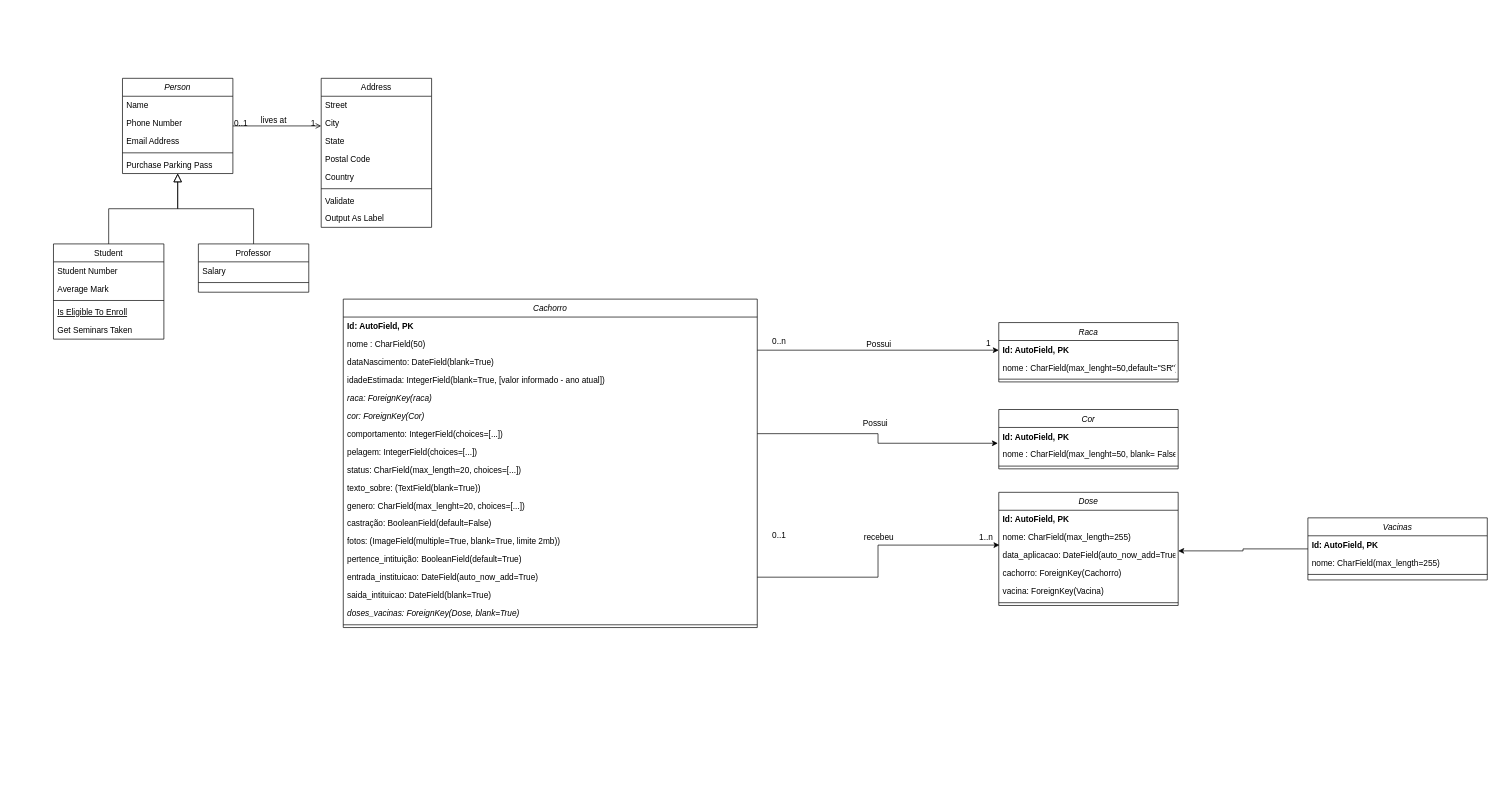
emanuelrzolet/Web-App-AAMA keeps this draw.io diagram as Diagrama de Classes - AAMA.drawio. Above is the earlier version. Source tidied: cells renumbered, new cells numbered last; positions are measured from the earlier drawing's top-left corner, leaving out a move shared by most shapes. Both pictures are drawn from the tidied source at 69%, with x=0, y=0 at pixel (53, 78).
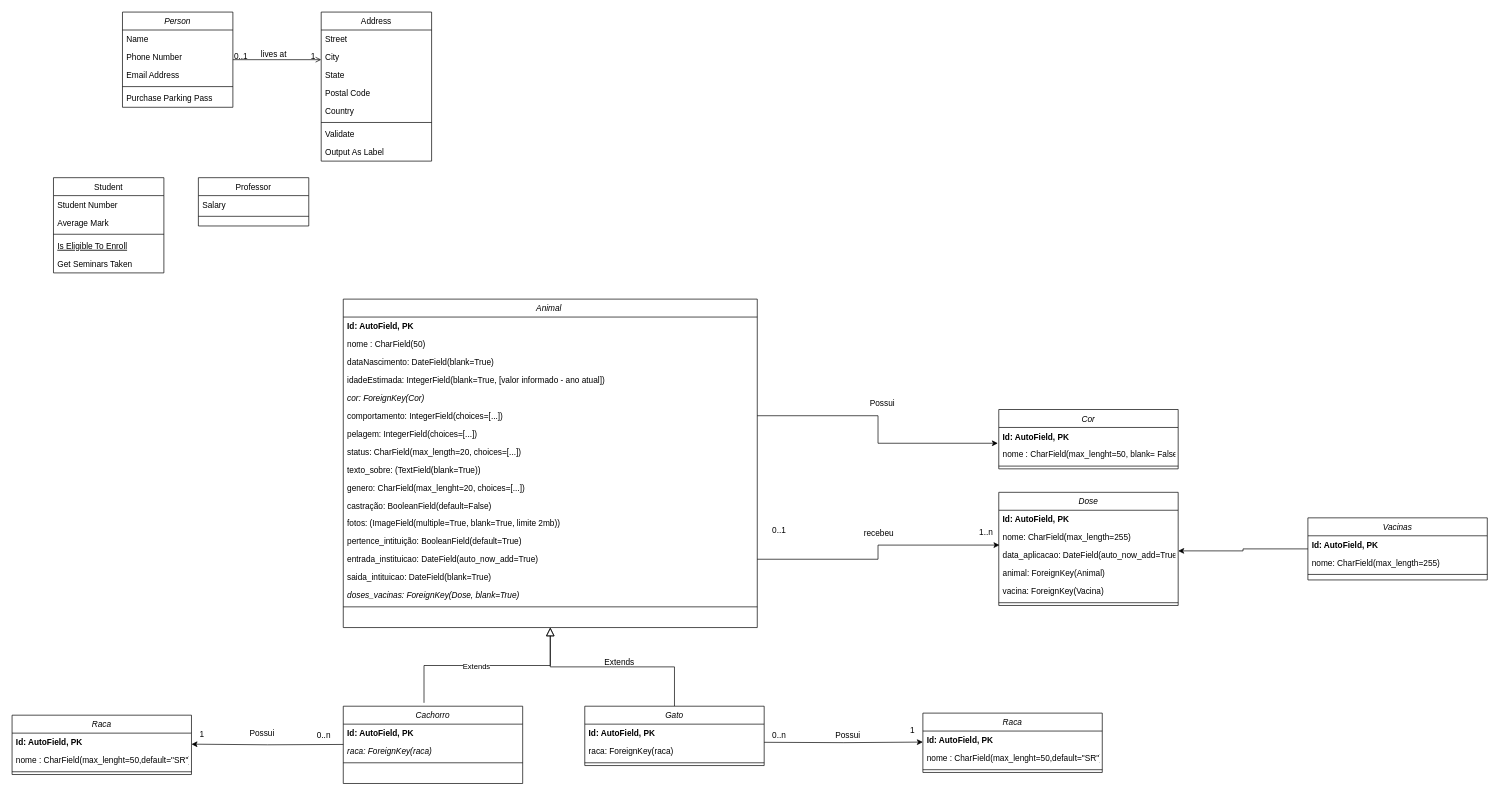
Above is the later version.

Commit message:
Adicionado conceitos de POO, generalizando a classe Animal

The change refers to these unchanged cells:
```xml
<mxCell id="28" style="endArrow=open;shadow=0;strokeWidth=1;rounded=0;curved=0;endFill=1;edgeStyle=elbowEdgeStyle;elbow=vertical;" parent="1" edge="1" source="2" target="19">
  <mxGeometry x="0.5" y="41" relative="1" as="geometry">
    <mxPoint x="-40" y="32" as="offset" />
  </mxGeometry>
</mxCell>
<mxCell id="62" value="Dose" style="swimlane;fontStyle=2;align=center;verticalAlign=top;horizontal=1;startSize=26;rounded=0;shadow=0;strokeWidth=1;" parent="1" vertex="1">
  <mxGeometry x="1370" y="600" width="260" height="164" as="geometry" />
</mxCell>
```

Change to the diagram source:
```diff
@@
+    <mxCell id="18" style="endArrow=block;endSize=10;endFill=0;shadow=0;strokeWidth=1;rounded=0;curved=0;edgeStyle=elbowEdgeStyle;elbow=vertical;exitX=0.5;exitY=0;exitDx=0;exitDy=0;" parent="1" edge="1" source="91">
+      <mxGeometry relative="1" as="geometry">
+        <mxPoint x="720" y="796" as="targetPoint" />
+      </mxGeometry>
+    </mxCell>
     <mxCell id="2" value="Person" style="swimlane;fontStyle=2;align=center;verticalAlign=top;horizontal=1;startSize=26;rounded=0;shadow=0;strokeWidth=1;" parent="1" vertex="1">
-      <mxGeometry x="100" width="160" height="138" as="geometry" />
+      <mxGeometry x="100" y="-96" width="160" height="138" as="geometry" />
     </mxCell>
@@
     <mxCell id="8" value="Student" style="swimlane;fontStyle=0;align=center;verticalAlign=top;horizontal=1;startSize=26;rounded=0;shadow=0;strokeWidth=1;" parent="1" vertex="1">
-      <mxGeometry y="240" width="160" height="138" as="geometry" />
+      <mxGeometry y="144" width="160" height="138" as="geometry" />
     </mxCell>
@@
-    <mxCell id="14" style="endArrow=block;endSize=10;endFill=0;shadow=0;strokeWidth=1;rounded=0;curved=0;edgeStyle=elbowEdgeStyle;elbow=vertical;" parent="1" edge="1" source="8" target="2">
-      <mxGeometry relative="1" as="geometry" />
+    <mxCell id="14" style="endArrow=block;endSize=10;endFill=0;shadow=0;strokeWidth=1;rounded=0;curved=0;edgeStyle=elbowEdgeStyle;elbow=vertical;exitX=0.45;exitY=-0.044;exitDx=0;exitDy=0;exitPerimeter=0;" parent="1" edge="1" source="88">
+      <mxGeometry relative="1" as="geometry">
+        <mxPoint x="720" y="796" as="targetPoint" />
+      </mxGeometry>
     </mxCell>
+    <mxCell id="81" value="Extends" style="edgeLabel;html=1;align=center;verticalAlign=middle;" parent="14" vertex="1">
+      <mxGeometry x="-0.11" relative="1" as="geometry" />
+    </mxCell>
     <mxCell id="15" value="Professor" style="swimlane;fontStyle=0;align=center;verticalAlign=top;horizontal=1;startSize=26;rounded=0;shadow=0;strokeWidth=1;" parent="1" vertex="1">
-      <mxGeometry x="210" y="240" width="160" height="70" as="geometry" />
+      <mxGeometry x="210" y="144" width="160" height="70" as="geometry" />
     </mxCell>
@@
-    <mxCell id="18" style="endArrow=block;endSize=10;endFill=0;shadow=0;strokeWidth=1;rounded=0;curved=0;edgeStyle=elbowEdgeStyle;elbow=vertical;" parent="1" edge="1" source="15" target="2">
-      <mxGeometry relative="1" as="geometry" />
-    </mxCell>
     <mxCell id="19" value="Address" style="swimlane;fontStyle=0;align=center;verticalAlign=top;horizontal=1;startSize=26;rounded=0;shadow=0;strokeWidth=1;" parent="1" vertex="1">
-      <mxGeometry x="388" width="160" height="216" as="geometry" />
+      <mxGeometry x="388" y="-96" width="160" height="216" as="geometry" />
     </mxCell>
@@
-    <mxCell id="32" value="Possui" style="text;html=1;align=center;verticalAlign=middle;labelBackgroundColor=none;rounded=0;shadow=0;strokeWidth=1;fontSize=12;" parent="28" vertex="1">
-      <mxGeometry x="0.5" y="49" relative="1" as="geometry">
-        <mxPoint x="839" y="365" as="offset" />
-      </mxGeometry>
-    </mxCell>
-    <mxCell id="33" value="0..n" style="align=left;verticalAlign=bottom;labelBackgroundColor=none;fontSize=12;" parent="28" vertex="1">
-      <mxGeometry x="-1" relative="1" as="geometry">
-        <mxPoint x="780" y="321" as="offset" />
-      </mxGeometry>
-    </mxCell>
-    <mxCell id="34" value="1" style="align=left;verticalAlign=bottom;labelBackgroundColor=none;fontSize=12;" parent="28" vertex="1">
-      <mxGeometry x="-1" relative="1" as="geometry">
-        <mxPoint x="1090" y="324" as="offset" />
-      </mxGeometry>
-    </mxCell>
     <mxCell id="35" value="0..1" style="align=left;verticalAlign=bottom;labelBackgroundColor=none;fontSize=12;" parent="28" vertex="1">
       <mxGeometry x="-1" relative="1" as="geometry">
-        <mxPoint x="780" y="601" as="offset" />
+        <mxPoint x="780" y="691" as="offset" />
       </mxGeometry>
     </mxCell>
     <mxCell id="36" value="recebeu" style="text;html=1;align=center;verticalAlign=middle;labelBackgroundColor=none;rounded=0;shadow=0;strokeWidth=1;fontSize=12;" parent="28" vertex="1">
       <mxGeometry x="0.5" y="49" relative="1" as="geometry">
-        <mxPoint x="839" y="645" as="offset" />
+        <mxPoint x="839" y="735" as="offset" />
       </mxGeometry>
     </mxCell>
     <mxCell id="37" value="1..n" style="align=left;verticalAlign=bottom;labelBackgroundColor=none;fontSize=12;" parent="28" vertex="1">
       <mxGeometry x="-1" relative="1" as="geometry">
-        <mxPoint x="1080" y="604" as="offset" />
+        <mxPoint x="1080" y="694" as="offset" />
       </mxGeometry>
     </mxCell>
     <mxCell id="38" value="Possui" style="text;html=1;align=center;verticalAlign=middle;labelBackgroundColor=none;rounded=0;shadow=0;strokeWidth=1;fontSize=12;" parent="28" vertex="1">
       <mxGeometry x="0.5" y="49" relative="1" as="geometry">
-        <mxPoint x="834" y="480" as="offset" />
+        <mxPoint x="844" y="547" as="offset" />
       </mxGeometry>
     </mxCell>
+    <mxCell id="82" value="Possui" style="text;html=1;align=center;verticalAlign=middle;labelBackgroundColor=none;rounded=0;shadow=0;strokeWidth=1;fontSize=12;" parent="28" vertex="1">
+      <mxGeometry x="0.5" y="49" relative="1" as="geometry">
+        <mxPoint x="794" y="1027" as="offset" />
+      </mxGeometry>
+    </mxCell>
+    <mxCell id="83" value="0..n" style="align=left;verticalAlign=bottom;labelBackgroundColor=none;fontSize=12;" parent="28" vertex="1">
+      <mxGeometry x="-1" relative="1" as="geometry">
+        <mxPoint x="780" y="988" as="offset" />
+      </mxGeometry>
+    </mxCell>
+    <mxCell id="84" value="1" style="align=left;verticalAlign=bottom;labelBackgroundColor=none;fontSize=12;" parent="28" vertex="1">
+      <mxGeometry x="-1" relative="1" as="geometry">
+        <mxPoint x="980" y="980" as="offset" />
+      </mxGeometry>
+    </mxCell>
+    <mxCell id="85" value="Possui" style="text;html=1;align=center;verticalAlign=middle;labelBackgroundColor=none;rounded=0;shadow=0;strokeWidth=1;fontSize=12;" parent="28" vertex="1">
+      <mxGeometry x="0.5" y="49" relative="1" as="geometry">
+        <mxPoint x="-55" y="1025" as="offset" />
+      </mxGeometry>
+    </mxCell>
+    <mxCell id="86" value="0..n" style="align=left;verticalAlign=bottom;labelBackgroundColor=none;fontSize=12;" parent="28" vertex="1">
+      <mxGeometry x="-1" relative="1" as="geometry">
+        <mxPoint x="120" y="988" as="offset" />
+      </mxGeometry>
+    </mxCell>
+    <mxCell id="87" value="1" style="align=left;verticalAlign=bottom;labelBackgroundColor=none;fontSize=12;" parent="28" vertex="1">
+      <mxGeometry x="-1" relative="1" as="geometry">
+        <mxPoint x="-50" y="986" as="offset" />
+      </mxGeometry>
+    </mxCell>
-    <mxCell id="39" value="Cachorro" style="swimlane;fontStyle=2;align=center;verticalAlign=top;horizontal=1;startSize=26;rounded=0;shadow=0;strokeWidth=1;" parent="1" vertex="1">
+    <mxCell id="39" value="Animal " style="swimlane;fontStyle=2;align=center;verticalAlign=top;horizontal=1;startSize=26;rounded=0;shadow=0;strokeWidth=1;" parent="1" vertex="1">
       <mxGeometry x="420" y="320" width="600" height="476" as="geometry" />
     </mxCell>
@@
-    <mxCell id="44" value="raca: ForeignKey(raca)" style="text;align=left;verticalAlign=top;spacingLeft=4;spacingRight=4;overflow=hidden;rounded=0;shadow=0;html=0;fontStyle=2;" parent="39" vertex="1">
-      <mxGeometry y="130" width="600" height="26" as="geometry" />
-    </mxCell>
     <mxCell id="45" value="cor: ForeignKey(Cor)" style="text;align=left;verticalAlign=top;spacingLeft=4;spacingRight=4;overflow=hidden;rounded=0;shadow=0;html=0;fontStyle=2;" parent="39" vertex="1">
-      <mxGeometry y="156" width="600" height="26" as="geometry" />
+      <mxGeometry y="130" width="600" height="26" as="geometry" />
     </mxCell>
     <mxCell id="46" value="comportamento: IntegerField(choices=[...])" style="text;align=left;verticalAlign=top;spacingLeft=4;spacingRight=4;overflow=hidden;points=[[0,0.5],[1,0.5]];portConstraint=eastwest;fontStyle=0;" parent="39" vertex="1">
-      <mxGeometry y="182" width="600" height="26" as="geometry" />
+      <mxGeometry y="156" width="600" height="26" as="geometry" />
     </mxCell>
     <mxCell id="47" value="pelagem: IntegerField(choices=[...])" style="text;align=left;verticalAlign=top;spacingLeft=4;spacingRight=4;overflow=hidden;fontStyle=0;" parent="39" vertex="1">
-      <mxGeometry y="208" width="600" height="26" as="geometry" />
+      <mxGeometry y="182" width="600" height="26" as="geometry" />
     </mxCell>
     <mxCell id="48" value="status: CharField(max_length=20, choices=[...])" style="text;align=left;verticalAlign=top;spacingLeft=4;spacingRight=4;overflow=hidden;fontStyle=0;" parent="39" vertex="1">
-      <mxGeometry y="234" width="600" height="26" as="geometry" />
+      <mxGeometry y="208" width="600" height="26" as="geometry" />
     </mxCell>
     <mxCell id="49" value="texto_sobre: (TextField(blank=True))" style="text;align=left;verticalAlign=top;spacingLeft=4;spacingRight=4;overflow=hidden;rounded=0;shadow=0;html=0;" parent="39" vertex="1">
-      <mxGeometry y="260" width="600" height="26" as="geometry" />
+      <mxGeometry y="234" width="600" height="26" as="geometry" />
     </mxCell>
     <mxCell id="50" value="genero: CharField(max_lenght=20, choices=[...])" style="text;align=left;verticalAlign=top;spacingLeft=4;spacingRight=4;overflow=hidden;rounded=0;shadow=0;html=0;" parent="39" vertex="1">
-      <mxGeometry y="286" width="600" height="26" as="geometry" />
+      <mxGeometry y="260" width="600" height="26" as="geometry" />
     </mxCell>
     <mxCell id="51" value="castração: BooleanField(default=False)" style="text;align=left;verticalAlign=top;spacingLeft=4;spacingRight=4;overflow=hidden;rounded=0;shadow=0;html=0;" parent="39" vertex="1">
-      <mxGeometry y="312" width="600" height="26" as="geometry" />
+      <mxGeometry y="286" width="600" height="26" as="geometry" />
     </mxCell>
     <mxCell id="52" value="fotos: (ImageField(multiple=True, blank=True, limite 2mb))" style="text;align=left;verticalAlign=top;spacingLeft=4;spacingRight=4;overflow=hidden;rounded=0;shadow=0;html=0;" parent="39" vertex="1">
-      <mxGeometry y="338" width="600" height="26" as="geometry" />
+      <mxGeometry y="312" width="600" height="26" as="geometry" />
     </mxCell>
     <mxCell id="53" value="pertence_intituição: BooleanField(default=True)" style="text;align=left;verticalAlign=top;spacingLeft=4;spacingRight=4;overflow=hidden;rounded=0;shadow=0;html=0;" parent="39" vertex="1">
-      <mxGeometry y="364" width="600" height="26" as="geometry" />
+      <mxGeometry y="338" width="600" height="26" as="geometry" />
     </mxCell>
     <mxCell id="54" value="entrada_instituicao: DateField(auto_now_add=True)" style="text;align=left;verticalAlign=top;spacingLeft=4;spacingRight=4;overflow=hidden;points=[[0,0.5],[1,0.5]];portConstraint=eastwest;rounded=0;shadow=0;html=0;" parent="39" vertex="1">
-      <mxGeometry y="390" width="600" height="26" as="geometry" />
+      <mxGeometry y="364" width="600" height="26" as="geometry" />
     </mxCell>
     <mxCell id="55" value="saida_intituicao: DateField(blank=True)" style="text;align=left;verticalAlign=top;spacingLeft=4;spacingRight=4;overflow=hidden;rounded=0;shadow=0;html=0;" parent="39" vertex="1">
-      <mxGeometry y="416" width="600" height="26" as="geometry" />
+      <mxGeometry y="390" width="600" height="26" as="geometry" />
     </mxCell>
     <mxCell id="56" value="doses_vacinas: ForeignKey(Dose, blank=True)" style="text;align=left;verticalAlign=top;spacingLeft=4;spacingRight=4;overflow=hidden;rounded=0;shadow=0;html=0;fontStyle=2;" parent="39" vertex="1">
-      <mxGeometry y="442" width="600" height="26" as="geometry" />
+      <mxGeometry y="416" width="600" height="26" as="geometry" />
     </mxCell>
     <mxCell id="57" style="line;html=1;strokeWidth=1;align=left;verticalAlign=middle;spacingTop=-1;spacingLeft=3;spacingRight=3;labelPosition=right;" parent="39" vertex="1">
-      <mxGeometry y="468" width="600" height="8" as="geometry" />
+      <mxGeometry y="442" width="600" height="8" as="geometry" />
     </mxCell>
-    <mxCell id="58" value="Raca" style="swimlane;fontStyle=2;align=center;verticalAlign=top;horizontal=1;startSize=26;rounded=0;shadow=0;strokeWidth=1;" parent="1" vertex="1">
-      <mxGeometry x="1370" y="354" width="260" height="86" as="geometry" />
-    </mxCell>
-    <mxCell id="59" value="Id: AutoField, PK" style="text;align=left;verticalAlign=top;spacingLeft=4;spacingRight=4;overflow=hidden;fontStyle=1;" parent="58" vertex="1">
-      <mxGeometry y="26" width="260" height="26" as="geometry" />
-    </mxCell>
-    <mxCell id="60" value="nome : CharField(max_lenght=50,default=&quot;SR&quot;)" style="text;align=left;verticalAlign=top;spacingLeft=4;spacingRight=4;overflow=hidden;fontStyle=0;" parent="58" vertex="1">
-      <mxGeometry y="52" width="260" height="26" as="geometry" />
-    </mxCell>
-    <mxCell id="61" style="line;html=1;strokeWidth=1;align=left;verticalAlign=middle;spacingTop=-1;spacingLeft=3;spacingRight=3;labelPosition=right;" parent="58" vertex="1">
-      <mxGeometry y="78" width="260" height="8" as="geometry" />
-    </mxCell>
@@
-    <mxCell id="66" value="cachorro: ForeignKey(Cachorro)" style="text;align=left;verticalAlign=top;spacingLeft=4;spacingRight=4;overflow=hidden;fontStyle=0;" parent="62" vertex="1">
+    <mxCell id="66" value="animal: ForeignKey(Animal)" style="text;align=left;verticalAlign=top;spacingLeft=4;spacingRight=4;overflow=hidden;fontStyle=0;" parent="62" vertex="1">
       <mxGeometry y="104" width="260" height="26" as="geometry" />
     </mxCell>
@@
-    <mxCell id="75" style="edgeStyle=orthogonalEdgeStyle;rounded=0;orthogonalLoop=1;jettySize=auto;html=1;entryX=0;entryY=0.5;entryDx=0;entryDy=0;" parent="1" edge="1">
-      <mxGeometry relative="1" as="geometry">
-        <mxPoint x="1020" y="394" as="sourcePoint" />
-        <mxPoint x="1370" y="394" as="targetPoint" />
-      </mxGeometry>
-    </mxCell>
@@
+    <mxCell id="88" value="Cachorro" style="swimlane;fontStyle=2;align=center;verticalAlign=top;horizontal=1;startSize=26;rounded=0;shadow=0;strokeWidth=1;" parent="1" vertex="1">
+      <mxGeometry x="420" y="910" width="260" height="112" as="geometry" />
+    </mxCell>
+    <mxCell id="89" value="Id: AutoField, PK" style="text;align=left;verticalAlign=top;spacingLeft=4;spacingRight=4;overflow=hidden;fontStyle=1;" parent="88" vertex="1">
+      <mxGeometry y="26" width="260" height="26" as="geometry" />
+    </mxCell>
+    <mxCell id="44" value="raca: ForeignKey(raca)" style="text;align=left;verticalAlign=top;spacingLeft=4;spacingRight=4;overflow=hidden;rounded=0;shadow=0;html=0;fontStyle=2;" parent="88" vertex="1">
+      <mxGeometry y="52" width="260" height="26" as="geometry" />
+    </mxCell>
+    <mxCell id="90" style="line;html=1;strokeWidth=1;align=left;verticalAlign=middle;spacingTop=-1;spacingLeft=3;spacingRight=3;labelPosition=right;" parent="88" vertex="1">
+      <mxGeometry y="78" width="260" height="8" as="geometry" />
+    </mxCell>
+    <mxCell id="91" value="Gato" style="swimlane;fontStyle=2;align=center;verticalAlign=top;horizontal=1;startSize=26;rounded=0;shadow=0;strokeWidth=1;" parent="1" vertex="1">
+      <mxGeometry x="770" y="910" width="260" height="86" as="geometry" />
+    </mxCell>
+    <mxCell id="92" value="Id: AutoField, PK" style="text;align=left;verticalAlign=top;spacingLeft=4;spacingRight=4;overflow=hidden;fontStyle=1;" parent="91" vertex="1">
+      <mxGeometry y="26" width="260" height="26" as="geometry" />
+    </mxCell>
+    <mxCell id="93" value="raca: ForeignKey(raca)" style="text;align=left;verticalAlign=top;spacingLeft=4;spacingRight=4;overflow=hidden;fontStyle=0;" parent="91" vertex="1">
+      <mxGeometry y="52" width="260" height="26" as="geometry" />
+    </mxCell>
+    <mxCell id="94" style="line;html=1;strokeWidth=1;align=left;verticalAlign=middle;spacingTop=-1;spacingLeft=3;spacingRight=3;labelPosition=right;" parent="91" vertex="1">
+      <mxGeometry y="78" width="260" height="8" as="geometry" />
+    </mxCell>
+    <mxCell id="95" value="Raca" style="swimlane;fontStyle=2;align=center;verticalAlign=top;horizontal=1;startSize=26;rounded=0;shadow=0;strokeWidth=1;" parent="1" vertex="1">
+      <mxGeometry x="1260" y="920" width="260" height="86" as="geometry" />
+    </mxCell>
+    <mxCell id="96" value="Id: AutoField, PK" style="text;align=left;verticalAlign=top;spacingLeft=4;spacingRight=4;overflow=hidden;fontStyle=1;" parent="95" vertex="1">
+      <mxGeometry y="26" width="260" height="26" as="geometry" />
+    </mxCell>
+    <mxCell id="97" value="nome : CharField(max_lenght=50,default=&quot;SR&quot;)" style="text;align=left;verticalAlign=top;spacingLeft=4;spacingRight=4;overflow=hidden;fontStyle=0;" parent="95" vertex="1">
+      <mxGeometry y="52" width="260" height="26" as="geometry" />
+    </mxCell>
+    <mxCell id="98" style="line;html=1;strokeWidth=1;align=left;verticalAlign=middle;spacingTop=-1;spacingLeft=3;spacingRight=3;labelPosition=right;" parent="95" vertex="1">
+      <mxGeometry y="78" width="260" height="8" as="geometry" />
+    </mxCell>
+    <mxCell id="99" style="edgeStyle=orthogonalEdgeStyle;rounded=0;orthogonalLoop=1;jettySize=auto;html=1;" parent="1" edge="1">
+      <mxGeometry relative="1" as="geometry">
+        <mxPoint x="1030" y="962.3" as="sourcePoint" />
+        <mxPoint x="1260" y="962" as="targetPoint" />
+      </mxGeometry>
+    </mxCell>
+    <mxCell id="100" value="Raca" style="swimlane;fontStyle=2;align=center;verticalAlign=top;horizontal=1;startSize=26;rounded=0;shadow=0;strokeWidth=1;" parent="1" vertex="1">
+      <mxGeometry x="-60" y="923" width="260" height="86" as="geometry" />
+    </mxCell>
+    <mxCell id="101" value="Id: AutoField, PK" style="text;align=left;verticalAlign=top;spacingLeft=4;spacingRight=4;overflow=hidden;fontStyle=1;" parent="100" vertex="1">
+      <mxGeometry y="26" width="260" height="26" as="geometry" />
+    </mxCell>
+    <mxCell id="102" value="nome : CharField(max_lenght=50,default=&quot;SR&quot;)" style="text;align=left;verticalAlign=top;spacingLeft=4;spacingRight=4;overflow=hidden;fontStyle=0;" parent="100" vertex="1">
+      <mxGeometry y="52" width="260" height="26" as="geometry" />
+    </mxCell>
+    <mxCell id="103" style="line;html=1;strokeWidth=1;align=left;verticalAlign=middle;spacingTop=-1;spacingLeft=3;spacingRight=3;labelPosition=right;" parent="100" vertex="1">
+      <mxGeometry y="78" width="260" height="8" as="geometry" />
+    </mxCell>
+    <mxCell id="104" style="edgeStyle=orthogonalEdgeStyle;rounded=0;orthogonalLoop=1;jettySize=auto;html=1;" parent="1" edge="1">
+      <mxGeometry relative="1" as="geometry">
+        <mxPoint x="420" y="965.4" as="sourcePoint" />
+        <mxPoint x="200" y="965" as="targetPoint" />
+      </mxGeometry>
+    </mxCell>
+    <mxCell id="105" value="Extends" style="text;html=1;align=center;verticalAlign=middle;strokeColor=none;fillColor=none;" parent="1" vertex="1">
+      <mxGeometry x="785" y="832" width="70" height="30" as="geometry" />
+    </mxCell>
```
